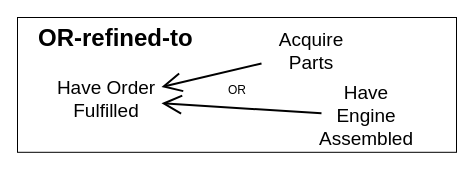
cmg-york/Peira keeps this draw.io diagram as page "iRL-manu-rel-1-or" (1 of 15) of Projects/iRL/Parameters/Images/Manufacturer/relationships/OR.drawio. Above is the earlier version. Source tidied: cells renumbered, new cells numbered last; positions are measured from the earlier drawing's top-left corner, leaving out a move shared by most shapes. Both pictures are drawn from the tidied source at 100%, with x=0, y=0 at pixel (17, 17).
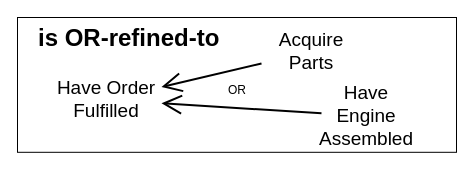
The same diagram, later.

Change to the diagram source:
```diff
@@
 <mxGraphModel>
   <root>
     <mxCell id="0" />
     <mxCell id="1" parent="0" />
-    <mxCell id="2" value="&lt;font&gt;&lt;b&gt;OR-refined-to&lt;/b&gt;&lt;/font&gt;" style="rounded=0;whiteSpace=wrap;html=1;align=left;fontSize=24;spacingLeft=19;horizontal=1;verticalAlign=top;" parent="1" vertex="1">
+    <mxCell id="2" value="&lt;font&gt;&lt;b&gt;is&amp;nbsp;&lt;/b&gt;&lt;b&gt;OR-refined-to&lt;/b&gt;&lt;/font&gt;" style="rounded=0;whiteSpace=wrap;html=1;align=left;fontSize=24;spacingLeft=19;horizontal=1;verticalAlign=top;" parent="1" vertex="1">
       <mxGeometry width="439" height="134.8" as="geometry" />
     </mxCell>
     <mxCell id="3" value="Acquire Parts" style="text;html=1;align=center;verticalAlign=middle;whiteSpace=wrap;rounded=0;fontSize=19;" parent="1" vertex="1">
       <mxGeometry x="244" y="19.2" width="100" height="30" as="geometry" />
     </mxCell>
     <mxCell id="4" value="Have Order Fulfilled" style="text;html=1;align=center;verticalAlign=middle;whiteSpace=wrap;rounded=0;fontSize=19;" parent="1" vertex="1">
       <mxGeometry x="34" y="58" width="110" height="48.8" as="geometry" />
     </mxCell>
     <mxCell id="5" value="Have Engine Assembled" style="text;html=1;align=center;verticalAlign=middle;whiteSpace=wrap;rounded=0;fontSize=19;" parent="1" vertex="1">
       <mxGeometry x="304" y="88" width="90" height="21.2" as="geometry" />
     </mxCell>
     <mxCell id="6" style="endArrow=open;html=1;strokeWidth=2;curved=1;fontStyle=0;endFill=0;endSize=16;" parent="1" edge="1" source="5" target="4">
       <mxGeometry relative="1" as="geometry" />
     </mxCell>
     <mxCell id="7" style="endArrow=open;html=1;strokeWidth=2;curved=1;fontStyle=0;endFill=0;endSize=16;" parent="1" edge="1" source="3" target="4">
       <mxGeometry relative="1" as="geometry" />
     </mxCell>
     <mxCell id="8" value="OR" style="text;html=1;align=center;verticalAlign=middle;whiteSpace=wrap;rounded=0;" parent="1" vertex="1">
       <mxGeometry x="189.5" y="58" width="60" height="30" as="geometry" />
     </mxCell>
   </root>
 </mxGraphModel>
```
